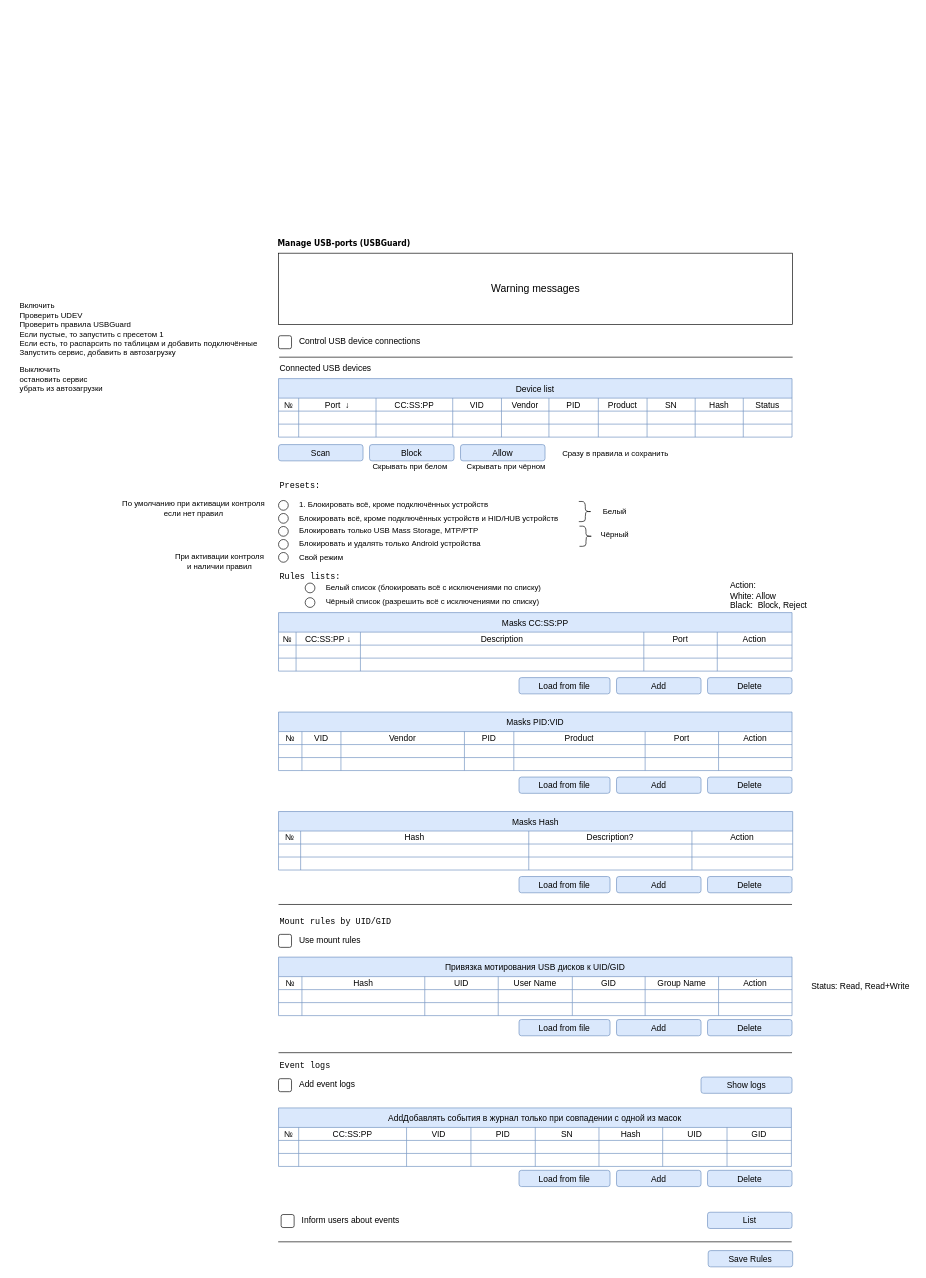
This is alterator_ui/UI.drawio from 3036662/alterator-usbmount, a draw.io file, before an edit. Source tidied: cells renumbered, new cells numbered last; positions are measured from the earlier drawing's top-left corner, leaving out a move shared by most shapes. Both pictures are drawn from the tidied source at 65%, with x=0, y=0 at pixel (18, 226).
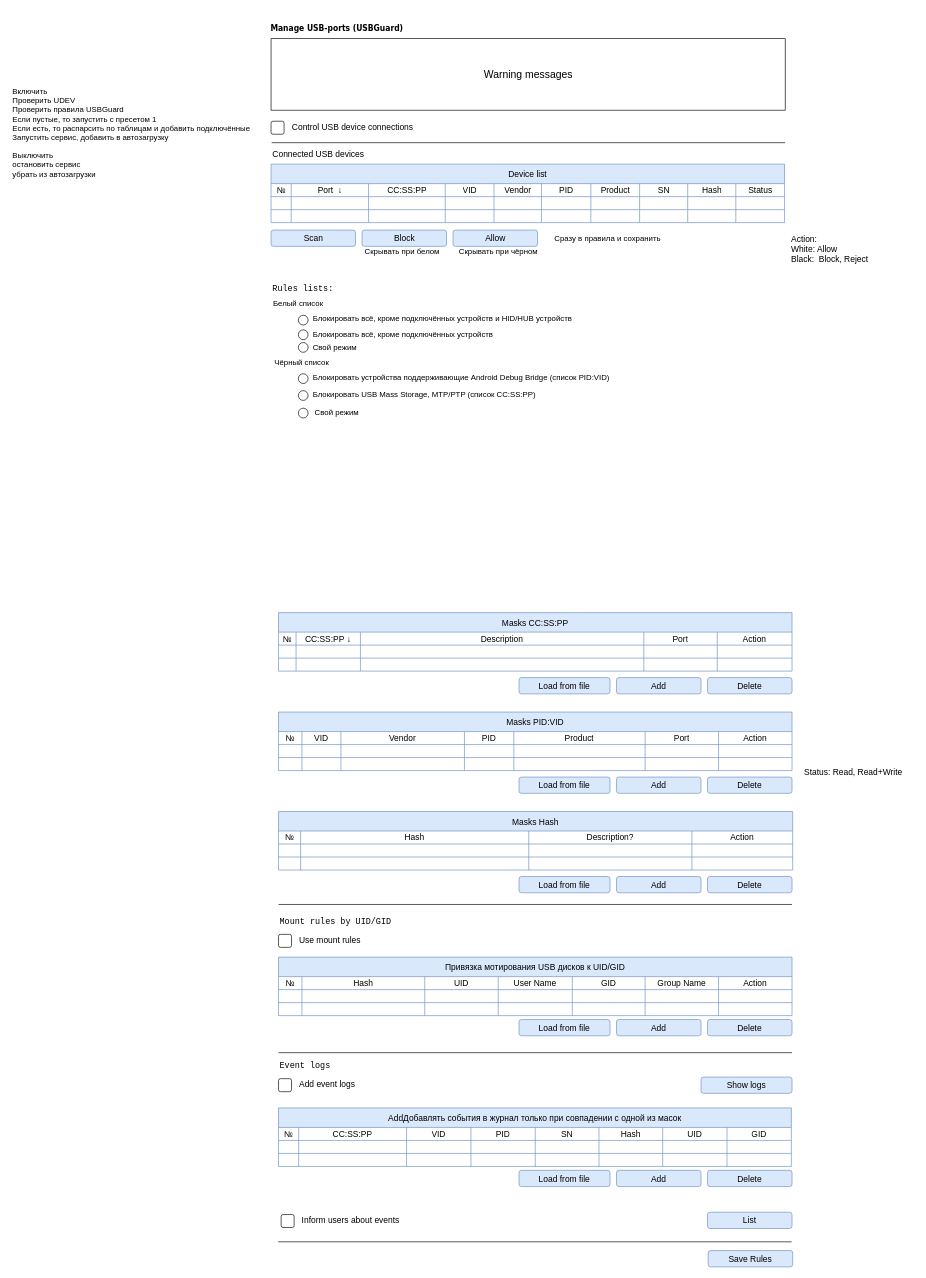
The same diagram, later.

Change to the diagram source:
```diff
@@
     <mxCell id="2" value="&lt;p style=&quot;line-height: 100%; margin-bottom: 0cm; font-size: 13px;&quot;&gt;&lt;font style=&quot;font-size: 13px;&quot;&gt;&lt;font color=&quot;#000000&quot; style=&quot;font-size: 13px;&quot;&gt;&lt;font face=&quot;DejaVu Sans Condensed, sans-serif&quot; style=&quot;font-size: 13px;&quot;&gt;&lt;b style=&quot;font-size: 13px;&quot;&gt;Manage USB-ports (USBGuard)&lt;/b&gt;&lt;/font&gt;&lt;/font&gt;&lt;/font&gt;&lt;br style=&quot;font-size: 13px;&quot;&gt;&lt;/p&gt;" style="text;whiteSpace=wrap;html=1;fontSize=13;" parent="1" vertex="1">
-      <mxGeometry x="397" width="450" height="50" as="geometry" />
+      <mxGeometry x="385.5" y="-330" width="450" height="50" as="geometry" />
     </mxCell>
     <mxCell id="3" style="group;fontSize=13;" parent="1" vertex="1">
-      <mxGeometry x="400" y="164" width="410" height="30" as="geometry" />
+      <mxGeometry x="388.5" y="-166" width="410" height="30" as="geometry" />
     </mxCell>
@@
     <mxCell id="6" style="group;fontSize=13;" parent="1" vertex="1">
-      <mxGeometry x="400" y="415" width="869" height="73" as="geometry" />
+      <mxGeometry x="417.5" y="102" width="869" height="201" as="geometry" />
     </mxCell>
-    <mxCell id="7" value="1. Блокировать всё, кроме подключённых устройств" style="text;html=1;align=left;verticalAlign=top;strokeColor=none;fillColor=none;spacing=2;" parent="6" vertex="1">
-      <mxGeometry x="30" width="318" height="26" as="geometry" />
-    </mxCell>
     <mxCell id="8" style="ellipse;whiteSpace=wrap;html=1;fontSize=13;" parent="6" vertex="1">
-      <mxGeometry y="7.5" width="15" height="15" as="geometry" />
+      <mxGeometry x="13" y="35.5" width="15" height="15" as="geometry" />
     </mxCell>
-    <mxCell id="9" style="group;fontSize=13;" parent="6" vertex="1">
-      <mxGeometry y="20" width="869" height="53" as="geometry" />
-    </mxCell>
+    <mxCell id="224" value="Свой режим" style="text;html=1;align=left;verticalAlign=middle;strokeColor=none;fillColor=none;spacing=2;labelPosition=center;verticalLabelPosition=middle;" parent="6" vertex="1">
+      <mxGeometry x="33" y="70" width="90" height="30" as="geometry" />
+    </mxCell>
+    <mxCell id="225" style="ellipse;whiteSpace=wrap;html=1;fontSize=13;" parent="6" vertex="1">
+      <mxGeometry x="13" y="77.5" width="15" height="15" as="geometry" />
+    </mxCell>
+    <mxCell id="49" value="&lt;font face=&quot;monospace&quot;&gt;Rules lists:&lt;/font&gt;" style="text;html=1;align=left;verticalAlign=top;strokeColor=none;fillColor=none;spacing=2;fontSize=13;" parent="6" vertex="1">
+      <mxGeometry x="-29" y="-21" width="114" height="28" as="geometry" />
+    </mxCell>
+    <mxCell id="56" style="group;fontSize=13;" parent="6" vertex="1">
+      <mxGeometry x="3" y="144" width="410" height="30" as="geometry" />
+    </mxCell>
+    <mxCell id="57" value="Блокировать USB Mass Storage, MTP/PTP (список CC:SS:PP)" style="text;html=1;align=left;verticalAlign=top;strokeColor=none;fillColor=none;spacing=2;" parent="56" vertex="1">
+      <mxGeometry x="30" width="350" height="26" as="geometry" />
+    </mxCell>
+    <mxCell id="58" style="ellipse;whiteSpace=wrap;html=1;fontSize=13;" parent="56" vertex="1">
+      <mxGeometry x="10" y="7.5" width="15" height="15" as="geometry" />
+    </mxCell>
+    <mxCell id="59" style="group;" parent="6" vertex="1">
+      <mxGeometry x="3" y="118" width="514" height="30" as="geometry" />
+    </mxCell>
+    <mxCell id="60" value="Блокировать устройства поддерживающие Android Debug Bridge (список PID:VID)" style="text;html=1;align=left;verticalAlign=top;strokeColor=none;fillColor=none;spacing=2;" parent="59" vertex="1">
+      <mxGeometry x="30" width="484" height="26" as="geometry" />
+    </mxCell>
+    <mxCell id="61" style="ellipse;whiteSpace=wrap;html=1;fontSize=13;" parent="59" vertex="1">
+      <mxGeometry x="10" y="7.5" width="15" height="15" as="geometry" />
+    </mxCell>
+    <mxCell id="63" value="Свой режим" style="text;html=1;align=left;verticalAlign=middle;strokeColor=none;fillColor=none;spacing=2;labelPosition=center;verticalLabelPosition=middle;" parent="6" vertex="1">
+      <mxGeometry x="36" y="171" width="90" height="30" as="geometry" />
+    </mxCell>
+    <mxCell id="64" style="ellipse;whiteSpace=wrap;html=1;fontSize=13;" parent="6" vertex="1">
+      <mxGeometry x="13" y="178.5" width="15" height="15" as="geometry" />
+    </mxCell>
+    <mxCell id="119" style="group;" parent="6" vertex="1">
+      <mxGeometry x="-62" y="97" width="410" height="30" as="geometry" />
+    </mxCell>
+    <mxCell id="120" value="Чёрный список" style="text;html=1;align=left;verticalAlign=top;strokeColor=none;fillColor=none;spacing=2;" parent="119" vertex="1">
+      <mxGeometry x="36.5" y="-2" width="104" height="26" as="geometry" />
+    </mxCell>
+    <mxCell id="116" style="group;" parent="6" vertex="1">
+      <mxGeometry x="-57" y="4.2" width="630" height="68.8" as="geometry" />
+    </mxCell>
+    <mxCell id="117" value="Белый список" style="text;html=1;align=left;verticalAlign=top;strokeColor=none;fillColor=none;spacing=2;" parent="116" vertex="1">
+      <mxGeometry x="29.5" width="96" height="26" as="geometry" />
+    </mxCell>
-    <mxCell id="10" value="Блокировать всё, кроме подключённых устройств и HID/HUB устройств" style="text;html=1;align=left;verticalAlign=middle;strokeColor=none;fillColor=none;spacing=2;labelPosition=center;verticalLabelPosition=middle;" parent="9" vertex="1">
-      <mxGeometry x="30" width="540" height="30" as="geometry" />
+    <mxCell id="10" value="Блокировать всё, кроме подключённых устройств и HID/HUB устройств" style="text;html=1;align=left;verticalAlign=middle;strokeColor=none;fillColor=none;spacing=2;labelPosition=center;verticalLabelPosition=middle;" parent="116" vertex="1">
+      <mxGeometry x="90" y="23.8" width="428" height="26" as="geometry" />
     </mxCell>
-    <mxCell id="11" style="ellipse;whiteSpace=wrap;html=1;fontSize=13;" parent="9" vertex="1">
-      <mxGeometry y="7.5" width="15" height="15" as="geometry" />
+    <mxCell id="11" style="ellipse;whiteSpace=wrap;html=1;fontSize=13;" parent="116" vertex="1">
+      <mxGeometry x="70" y="53.8" width="15" height="15" as="geometry" />
     </mxCell>
-    <mxCell id="12" style="shape=curlyBracket;whiteSpace=wrap;html=1;rounded=1;flipH=1;labelPosition=right;verticalLabelPosition=middle;align=left;verticalAlign=middle;size=0.5;" parent="9" vertex="1">
-      <mxGeometry x="462" y="-11" width="20" height="31" as="geometry" />
-    </mxCell>
-    <mxCell id="13" value="Чёрный" style="text;html=1;align=center;verticalAlign=middle;strokeColor=none;fillColor=none;" parent="9" vertex="1">
-      <mxGeometry x="485" y="27" width="63" height="26" as="geometry" />
-    </mxCell>
-    <mxCell id="14" value="Белый" style="text;html=1;align=center;verticalAlign=middle;strokeColor=none;fillColor=none;" parent="9" vertex="1">
-      <mxGeometry x="489.5" y="-8.5" width="54" height="26" as="geometry" />
-    </mxCell>
+    <mxCell id="7" value="Блокировать всё, кроме подключённых устройств" style="text;html=1;align=left;verticalAlign=top;strokeColor=none;fillColor=none;spacing=2;" parent="6" vertex="1">
+      <mxGeometry x="33" y="50.5" width="305" height="26" as="geometry" />
+    </mxCell>
     <mxCell id="15" value="Device list" style="shape=table;startSize=30;childLayout=tableLayout;strokeColor=#6c8ebf;fontSize=13;fillColor=#dae8fc;" parent="1" vertex="1">
-      <mxGeometry x="400" y="235" width="790" height="90" as="geometry" />
+      <mxGeometry x="388.5" y="-95" width="790" height="90" as="geometry" />
     </mxCell>
@@
-    <mxCell id="49" value="&lt;font face=&quot;monospace&quot;&gt;Rules lists:&lt;/font&gt;" style="text;html=1;align=left;verticalAlign=top;strokeColor=none;fillColor=none;spacing=2;fontSize=13;" parent="1" vertex="1">
-      <mxGeometry x="400" y="525" width="114" height="28" as="geometry" />
-    </mxCell>
@@
     <mxCell id="54" value="Connected USB devices" style="text;html=1;align=left;verticalAlign=top;strokeColor=none;fillColor=none;spacing=2;fontSize=13;" parent="1" vertex="1">
-      <mxGeometry x="400" y="205" width="151" height="28" as="geometry" />
+      <mxGeometry x="388.5" y="-125" width="151" height="28" as="geometry" />
     </mxCell>
-    <mxCell id="55" value="&lt;font face=&quot;monospace&quot;&gt;Presets:&lt;/font&gt;" style="text;html=1;align=left;verticalAlign=top;strokeColor=none;fillColor=none;spacing=2;fontSize=13;" parent="1" vertex="1">
-      <mxGeometry x="400" y="385" width="82" height="28" as="geometry" />
-    </mxCell>
-    <mxCell id="56" style="group;fontSize=13;" parent="1" vertex="1">
-      <mxGeometry x="400" y="455" width="410" height="30" as="geometry" />
-    </mxCell>
-    <mxCell id="57" value="Блокировать только USB Mass Storage, MTP/PTP" style="text;html=1;align=left;verticalAlign=top;strokeColor=none;fillColor=none;spacing=2;" parent="56" vertex="1">
-      <mxGeometry x="30" width="380" height="30" as="geometry" />
-    </mxCell>
-    <mxCell id="58" style="ellipse;whiteSpace=wrap;html=1;fontSize=13;" parent="56" vertex="1">
-      <mxGeometry y="7.5" width="15" height="15" as="geometry" />
-    </mxCell>
-    <mxCell id="59" style="group;" parent="1" vertex="1">
-      <mxGeometry x="400" y="475" width="410" height="30" as="geometry" />
-    </mxCell>
-    <mxCell id="60" value="Блокировать и удалять только Android устройства" style="text;html=1;align=left;verticalAlign=top;strokeColor=none;fillColor=none;spacing=2;" parent="59" vertex="1">
-      <mxGeometry x="30" width="340" height="30" as="geometry" />
-    </mxCell>
-    <mxCell id="61" style="ellipse;whiteSpace=wrap;html=1;fontSize=13;" parent="59" vertex="1">
-      <mxGeometry y="7.5" width="15" height="15" as="geometry" />
-    </mxCell>
-    <mxCell id="62" style="group;fontSize=13;" parent="1" vertex="1">
-      <mxGeometry x="400" y="495" width="570" height="30" as="geometry" />
-    </mxCell>
-    <mxCell id="63" value="Свой режим" style="text;html=1;align=left;verticalAlign=middle;strokeColor=none;fillColor=none;spacing=2;labelPosition=center;verticalLabelPosition=middle;" parent="62" vertex="1">
-      <mxGeometry x="30" width="90" height="30" as="geometry" />
-    </mxCell>
-    <mxCell id="64" style="ellipse;whiteSpace=wrap;html=1;fontSize=13;" parent="62" vertex="1">
-      <mxGeometry y="7.5" width="15" height="15" as="geometry" />
-    </mxCell>
@@
     <mxCell id="115" value="Action:&lt;br&gt;White: Allow&lt;br&gt;&lt;div style=&quot;&quot;&gt;&lt;span style=&quot;background-color: initial;&quot;&gt;Black:&amp;nbsp; Block, Reject&lt;/span&gt;&lt;/div&gt;" style="text;html=1;align=left;verticalAlign=middle;strokeColor=none;fillColor=none;fontSize=13;fontFamily=Helvetica;fontColor=default;" parent="1" vertex="1">
-      <mxGeometry x="1093" y="539.2" width="129" height="59" as="geometry" />
+      <mxGeometry x="1186.5" y="6.5" width="129" height="59" as="geometry" />
     </mxCell>
-    <mxCell id="116" style="group;" parent="1" vertex="1">
-      <mxGeometry x="441" y="542" width="440" height="52.5" as="geometry" />
-    </mxCell>
-    <mxCell id="117" value="Белый список (блокировать всё с исключениями по списку)" style="text;html=1;align=left;verticalAlign=top;strokeColor=none;fillColor=none;spacing=2;" parent="116" vertex="1">
-      <mxGeometry x="30" width="358" height="26" as="geometry" />
-    </mxCell>
-    <mxCell id="118" style="ellipse;whiteSpace=wrap;html=1;fontSize=13;" parent="116" vertex="1">
-      <mxGeometry y="7.5" width="15" height="15" as="geometry" />
-    </mxCell>
-    <mxCell id="119" style="group;" parent="116" vertex="1">
-      <mxGeometry y="22.5" width="410" height="30" as="geometry" />
-    </mxCell>
-    <mxCell id="120" value="Чёрный список (разрешить всё с исключениями по списку)" style="text;html=1;align=left;verticalAlign=top;strokeColor=none;fillColor=none;spacing=2;" parent="119" vertex="1">
-      <mxGeometry x="30" width="356" height="26" as="geometry" />
-    </mxCell>
-    <mxCell id="121" style="ellipse;whiteSpace=wrap;html=1;fontSize=13;" parent="119" vertex="1">
-      <mxGeometry y="7.5" width="15" height="15" as="geometry" />
-    </mxCell>
@@
     <mxCell id="147" value="Status: Read, Read+Write" style="text;html=1;align=center;verticalAlign=middle;strokeColor=none;fillColor=none;fontSize=13;fontFamily=Helvetica;fontColor=default;" parent="1" vertex="1">
-      <mxGeometry x="1210" y="1155" width="170" height="30" as="geometry" />
+      <mxGeometry x="1198.5" y="825" width="170" height="30" as="geometry" />
     </mxCell>
@@
     <mxCell id="209" value="Scan" style="rounded=1;whiteSpace=wrap;html=1;fillColor=#dae8fc;strokeColor=#6c8ebf;fontSize=13;" parent="1" vertex="1">
-      <mxGeometry x="400" y="336.5" width="130" height="25" as="geometry" />
+      <mxGeometry x="388.5" y="6.5" width="130" height="25" as="geometry" />
     </mxCell>
     <mxCell id="210" value="Warning messages" style="whiteSpace=wrap;html=1;align=center;fontSize=16;" parent="1" vertex="1">
-      <mxGeometry x="400" y="42" width="791" height="110" as="geometry" />
+      <mxGeometry x="388.5" y="-288" width="791" height="110" as="geometry" />
     </mxCell>
     <mxCell id="211" style="endArrow=none;html=1;rounded=0;fontSize=13;" parent="1" edge="1">
       <mxGeometry relative="1" as="geometry">
-        <mxPoint x="401" y="202" as="sourcePoint" />
-        <mxPoint x="1191" y="202" as="targetPoint" />
+        <mxPoint x="389.5" y="-128" as="sourcePoint" />
+        <mxPoint x="1179.5" y="-128" as="targetPoint" />
       </mxGeometry>
     </mxCell>
@@
-    <mxCell id="214" value="По умолчанию при активации контроля&lt;br&gt;если нет правил" style="text;html=1;align=center;verticalAlign=middle;strokeColor=none;fillColor=none;" parent="1" vertex="1">
-      <mxGeometry x="146" y="414" width="246" height="41" as="geometry" />
-    </mxCell>
-    <mxCell id="215" value="При активации контроля&lt;br&gt;и наличии правил" style="text;html=1;align=center;verticalAlign=middle;strokeColor=none;fillColor=none;" parent="1" vertex="1">
-      <mxGeometry x="229" y="495" width="160" height="41" as="geometry" />
-    </mxCell>
     <mxCell id="216" value="Block" style="rounded=1;whiteSpace=wrap;html=1;fillColor=#dae8fc;strokeColor=#6c8ebf;fontSize=13;" parent="1" vertex="1">
-      <mxGeometry x="540" y="336.5" width="130" height="25" as="geometry" />
+      <mxGeometry x="528.5" y="6.5" width="130" height="25" as="geometry" />
     </mxCell>
     <mxCell id="217" value="Allow" style="rounded=1;whiteSpace=wrap;html=1;fillColor=#dae8fc;strokeColor=#6c8ebf;fontSize=13;" parent="1" vertex="1">
-      <mxGeometry x="680" y="336.5" width="130" height="25" as="geometry" />
+      <mxGeometry x="668.5" y="6.5" width="130" height="25" as="geometry" />
     </mxCell>
     <mxCell id="218" value="Включить&lt;br&gt;Проверить UDEV&lt;br&gt;Проверить правила USBGuard&lt;br&gt;Если пустые, то&amp;nbsp;запустить с пресетом 1&lt;br&gt;Если есть, то распарсить по таблицам и добавить подключённые&lt;br&gt;Запустить сервис, добавить в автозагрузку" style="text;html=1;align=left;verticalAlign=middle;strokeColor=none;fillColor=none;" parent="1" vertex="1">
-      <mxGeometry y="110" width="392" height="98" as="geometry" />
+      <mxGeometry x="-11.5" y="-220" width="392" height="98" as="geometry" />
     </mxCell>
     <mxCell id="219" value="Выключить&lt;br&gt;остановить сервис&lt;br&gt;убрать из автозагрузки" style="text;html=1;align=left;verticalAlign=middle;strokeColor=none;fillColor=none;" parent="1" vertex="1">
-      <mxGeometry y="208" width="151" height="55" as="geometry" />
+      <mxGeometry x="-11.5" y="-122" width="151" height="55" as="geometry" />
     </mxCell>
     <mxCell id="220" value="Сразу в правила и сохранить" style="text;html=1;align=center;verticalAlign=middle;strokeColor=none;fillColor=none;" parent="1" vertex="1">
-      <mxGeometry x="825" y="336.5" width="185" height="26" as="geometry" />
+      <mxGeometry x="813.5" y="6.5" width="185" height="26" as="geometry" />
     </mxCell>
     <mxCell id="221" value="Скрывать при белом" style="text;html=1;align=center;verticalAlign=middle;strokeColor=none;fillColor=none;" parent="1" vertex="1">
-      <mxGeometry x="533" y="357" width="137" height="26" as="geometry" />
+      <mxGeometry x="521.5" y="27" width="137" height="26" as="geometry" />
     </mxCell>
     <mxCell id="222" value="Скрывать при чёрном" style="text;html=1;align=center;verticalAlign=middle;strokeColor=none;fillColor=none;" parent="1" vertex="1">
-      <mxGeometry x="677" y="357" width="145" height="26" as="geometry" />
+      <mxGeometry x="665.5" y="27" width="145" height="26" as="geometry" />
     </mxCell>
-    <mxCell id="223" style="shape=curlyBracket;whiteSpace=wrap;html=1;rounded=1;flipH=1;labelPosition=right;verticalLabelPosition=middle;align=left;verticalAlign=middle;size=0.5;" parent="1" vertex="1">
-      <mxGeometry x="863" y="462" width="20" height="31" as="geometry" />
-    </mxCell>
```
